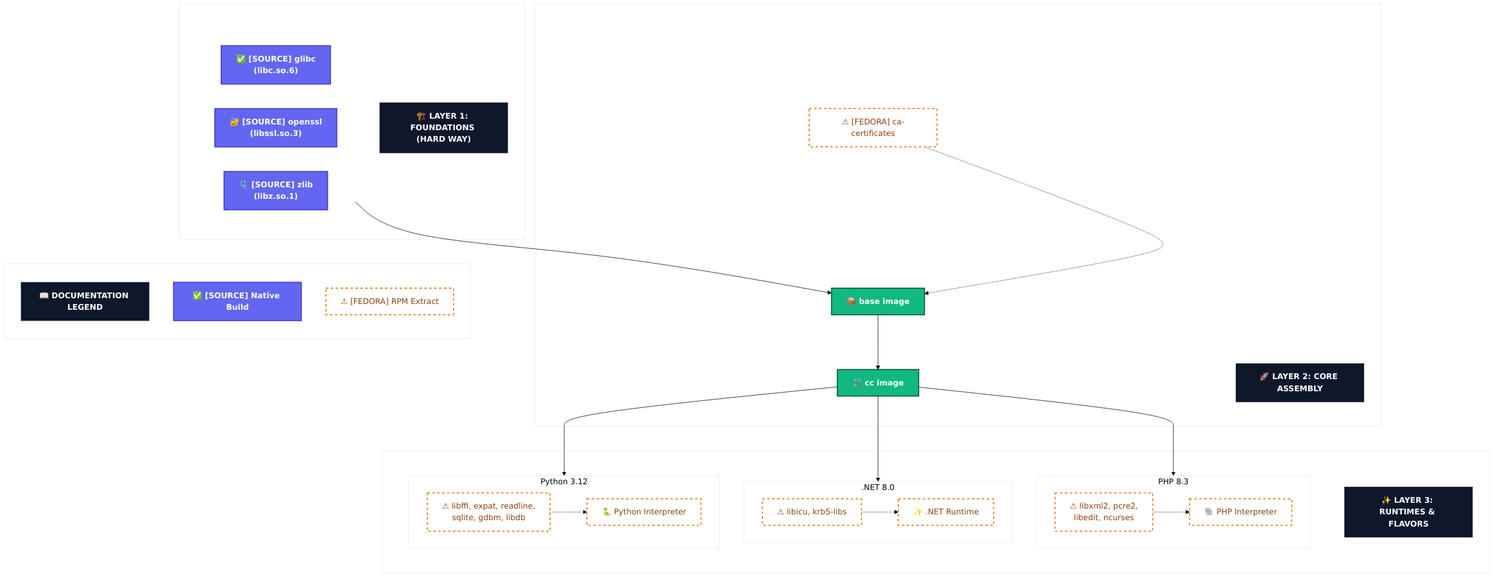
Earlier version of the Mermaid export docs/images/lib-hierarchy.png (mbuccarello/distroless-the-hard-way). Its source is kept beside it as docs/mermaid/lib-hierarchy.mmd.
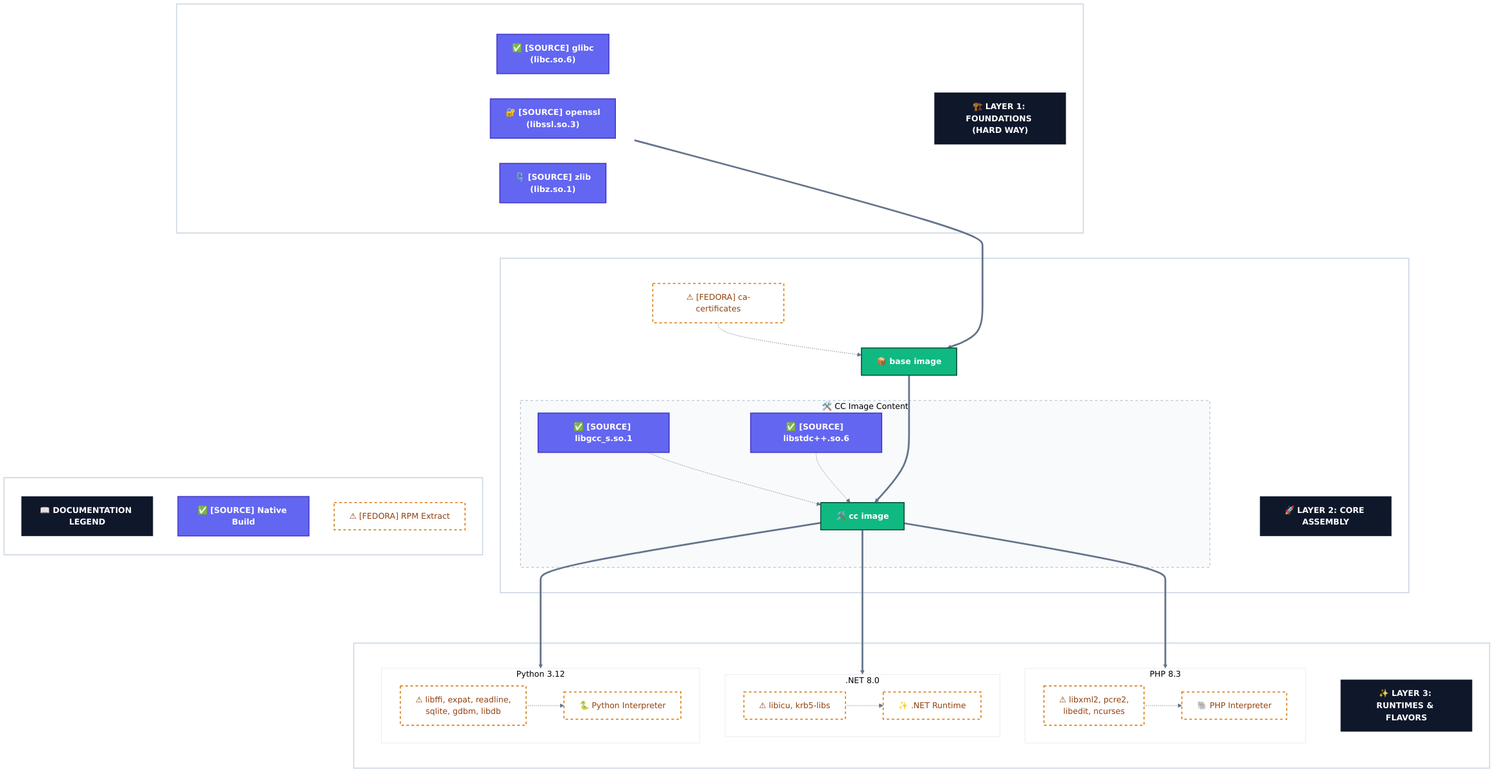
The same diagram one commit later.

Commit message:
docs: improve line visibility and add CC image details (v74)

Change to the diagram source:
```diff
@@ -1,4 +1,4 @@
-%%{init: {'theme': 'base', 'themeVariables': { 'clusterBkg': '#ffffff', 'clusterBorder': '#e2e8f0', 'primaryColor': '#ffffff', 'edgeColor': '#94a3b8' }}}%%
+%%{init: {'theme': 'base', 'themeVariables': { 'clusterBkg': '#ffffff', 'clusterBorder': '#cbd5e1', 'primaryColor': '#ffffff', 'lineColor': '#64748b', 'edgeColor': '#475569' }}}%%
 graph TB
     classDef source fill:#6366f1,stroke:#4338ca,color:#fff,stroke-width:2px,font-weight:bold;
     classDef fedora fill:#ffffff,stroke:#d97706,color:#92400e,stroke-width:2px,stroke-dasharray: 5 5;
@@ -16,7 +16,7 @@
             zlib["🗜️ [SOURCE] zlib<br/>(libz.so.1)"]
         end
     end
-    style L1_Cont fill:#ffffff,stroke:#e2e8f0,stroke-width:1px;
+    style L1_Cont fill:#ffffff,stroke:#cbd5e1,stroke-width:2px;
     style L1_Content fill:#ffffff,stroke:none;
 
     subgraph L2_Cont [" "]
@@ -27,14 +27,23 @@
             direction TB
             cacert["⚠️ [FEDORA] ca-certificates"]
             base["📦 base image"]
-            cc["🛠️ cc image"]
+
+            subgraph CC_Box ["🛠️ CC Image Content"]
+                direction LR
+                libgcc["✅ [SOURCE] libgcc_s.so.1"]
+                libstd["✅ [SOURCE] libstdc++.so.6"]
+                cc_img["🛠️ cc image"]
+            end
 
             cacert -.-> base
-            base --> cc
+            base ===> cc_img
+            libgcc -.-> cc_img
+            libstd -.-> cc_img
         end
     end
-    style L2_Cont fill:#ffffff,stroke:#e2e8f0,stroke-width:1px;
+    style L2_Cont fill:#ffffff,stroke:#cbd5e1,stroke-width:2px;
     style L2_Content fill:#ffffff,stroke:none;
+    style CC_Box fill:#f8fafc,stroke:#94a3b8,stroke-dasharray: 5 5;
 
     subgraph L3_Cont [" "]
         direction TB
@@ -62,7 +71,7 @@
             end
         end
     end
-    style L3_Cont fill:#ffffff,stroke:#e2e8f0,stroke-width:1px;
+    style L3_Cont fill:#ffffff,stroke:#cbd5e1,stroke-width:2px;
     style L3_Content fill:#ffffff,stroke:none;
     style PHP fill:#ffffff,stroke:#e2e8f0;
     style Dotnet fill:#ffffff,stroke:#e2e8f0;
@@ -74,16 +83,16 @@
         l1["✅ [SOURCE] Native Build"]:::source
         l2["⚠️ [FEDORA] RPM Extract"]:::fedora
     end
-    style Legend_Cont fill:#ffffff,stroke:#e2e8f0,stroke-width:1px;
+    style Legend_Cont fill:#ffffff,stroke:#cbd5e1,stroke-width:2px;
 
-    L1_Content --> base
-    cc --> PHP
-    cc --> Dotnet
-    cc --> Python
+    L1_Content ===> base
+    cc_img ===> PHP
+    cc_img ===> Dotnet
+    cc_img ===> Python
 
-    class glibc,openssl,zlib source;
+    class glibc,openssl,zlib,libgcc,libstd source;
     class cacert,php_bin,php_libs,dotnet_bin,dotnet_libs,py_bin,py_libs fedora;
-    class base,cc image;
+    class base,cc_img image;
 
     L1_Cont ~~~ Legend_Cont
     L2_Cont ~~~ Legend_Cont
```
